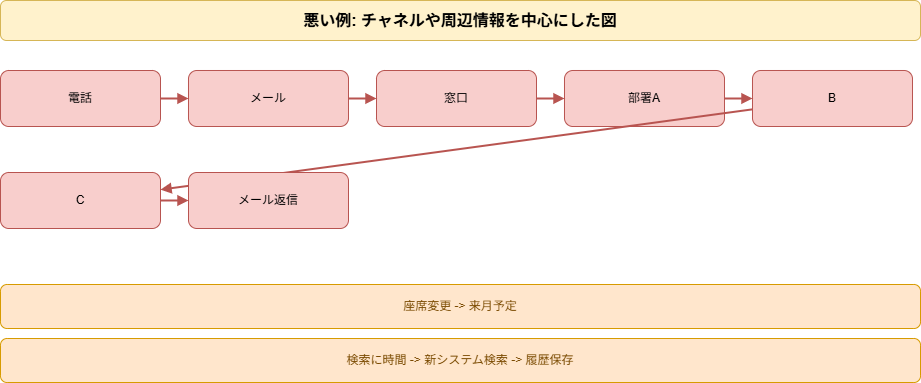
This is 20_zukai-drill/src/data/diagrams/contact-handling-improvement_bad-diagram.drawio.png from kaku3/workbooks, a draw.io export, as it was before one commit. Source tidied: cells renumbered, new cells last; positions are measured from the earlier drawing's top-left corner, leaving out a move shared by most shapes.
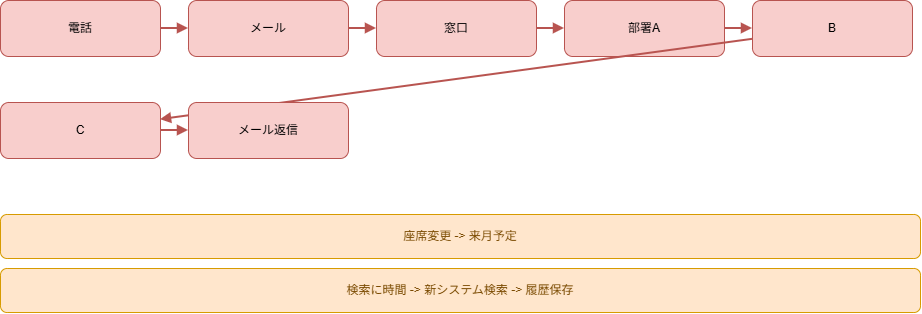
Above is the later version.

Diff of the diagram source:
```diff
@@ -2,9 +2,6 @@
   <root>
     <mxCell id="0" />
     <mxCell id="1" parent="0" />
-    <mxCell id="2" value="悪い例: チャネルや周辺情報を中心にした図" style="rounded=1;whiteSpace=wrap;html=1;fillColor=#fff2cc;strokeColor=#d6b656;fontSize=16;fontStyle=1;" parent="1" vertex="1">
-      <mxGeometry width="920" height="40" as="geometry" />
-    </mxCell>
     <mxCell id="3" value="電話" style="rounded=1;whiteSpace=wrap;html=1;fillColor=#f8cecc;strokeColor=#b85450;" parent="1" vertex="1">
       <mxGeometry y="70" width="160" height="56" as="geometry" />
     </mxCell>
```
